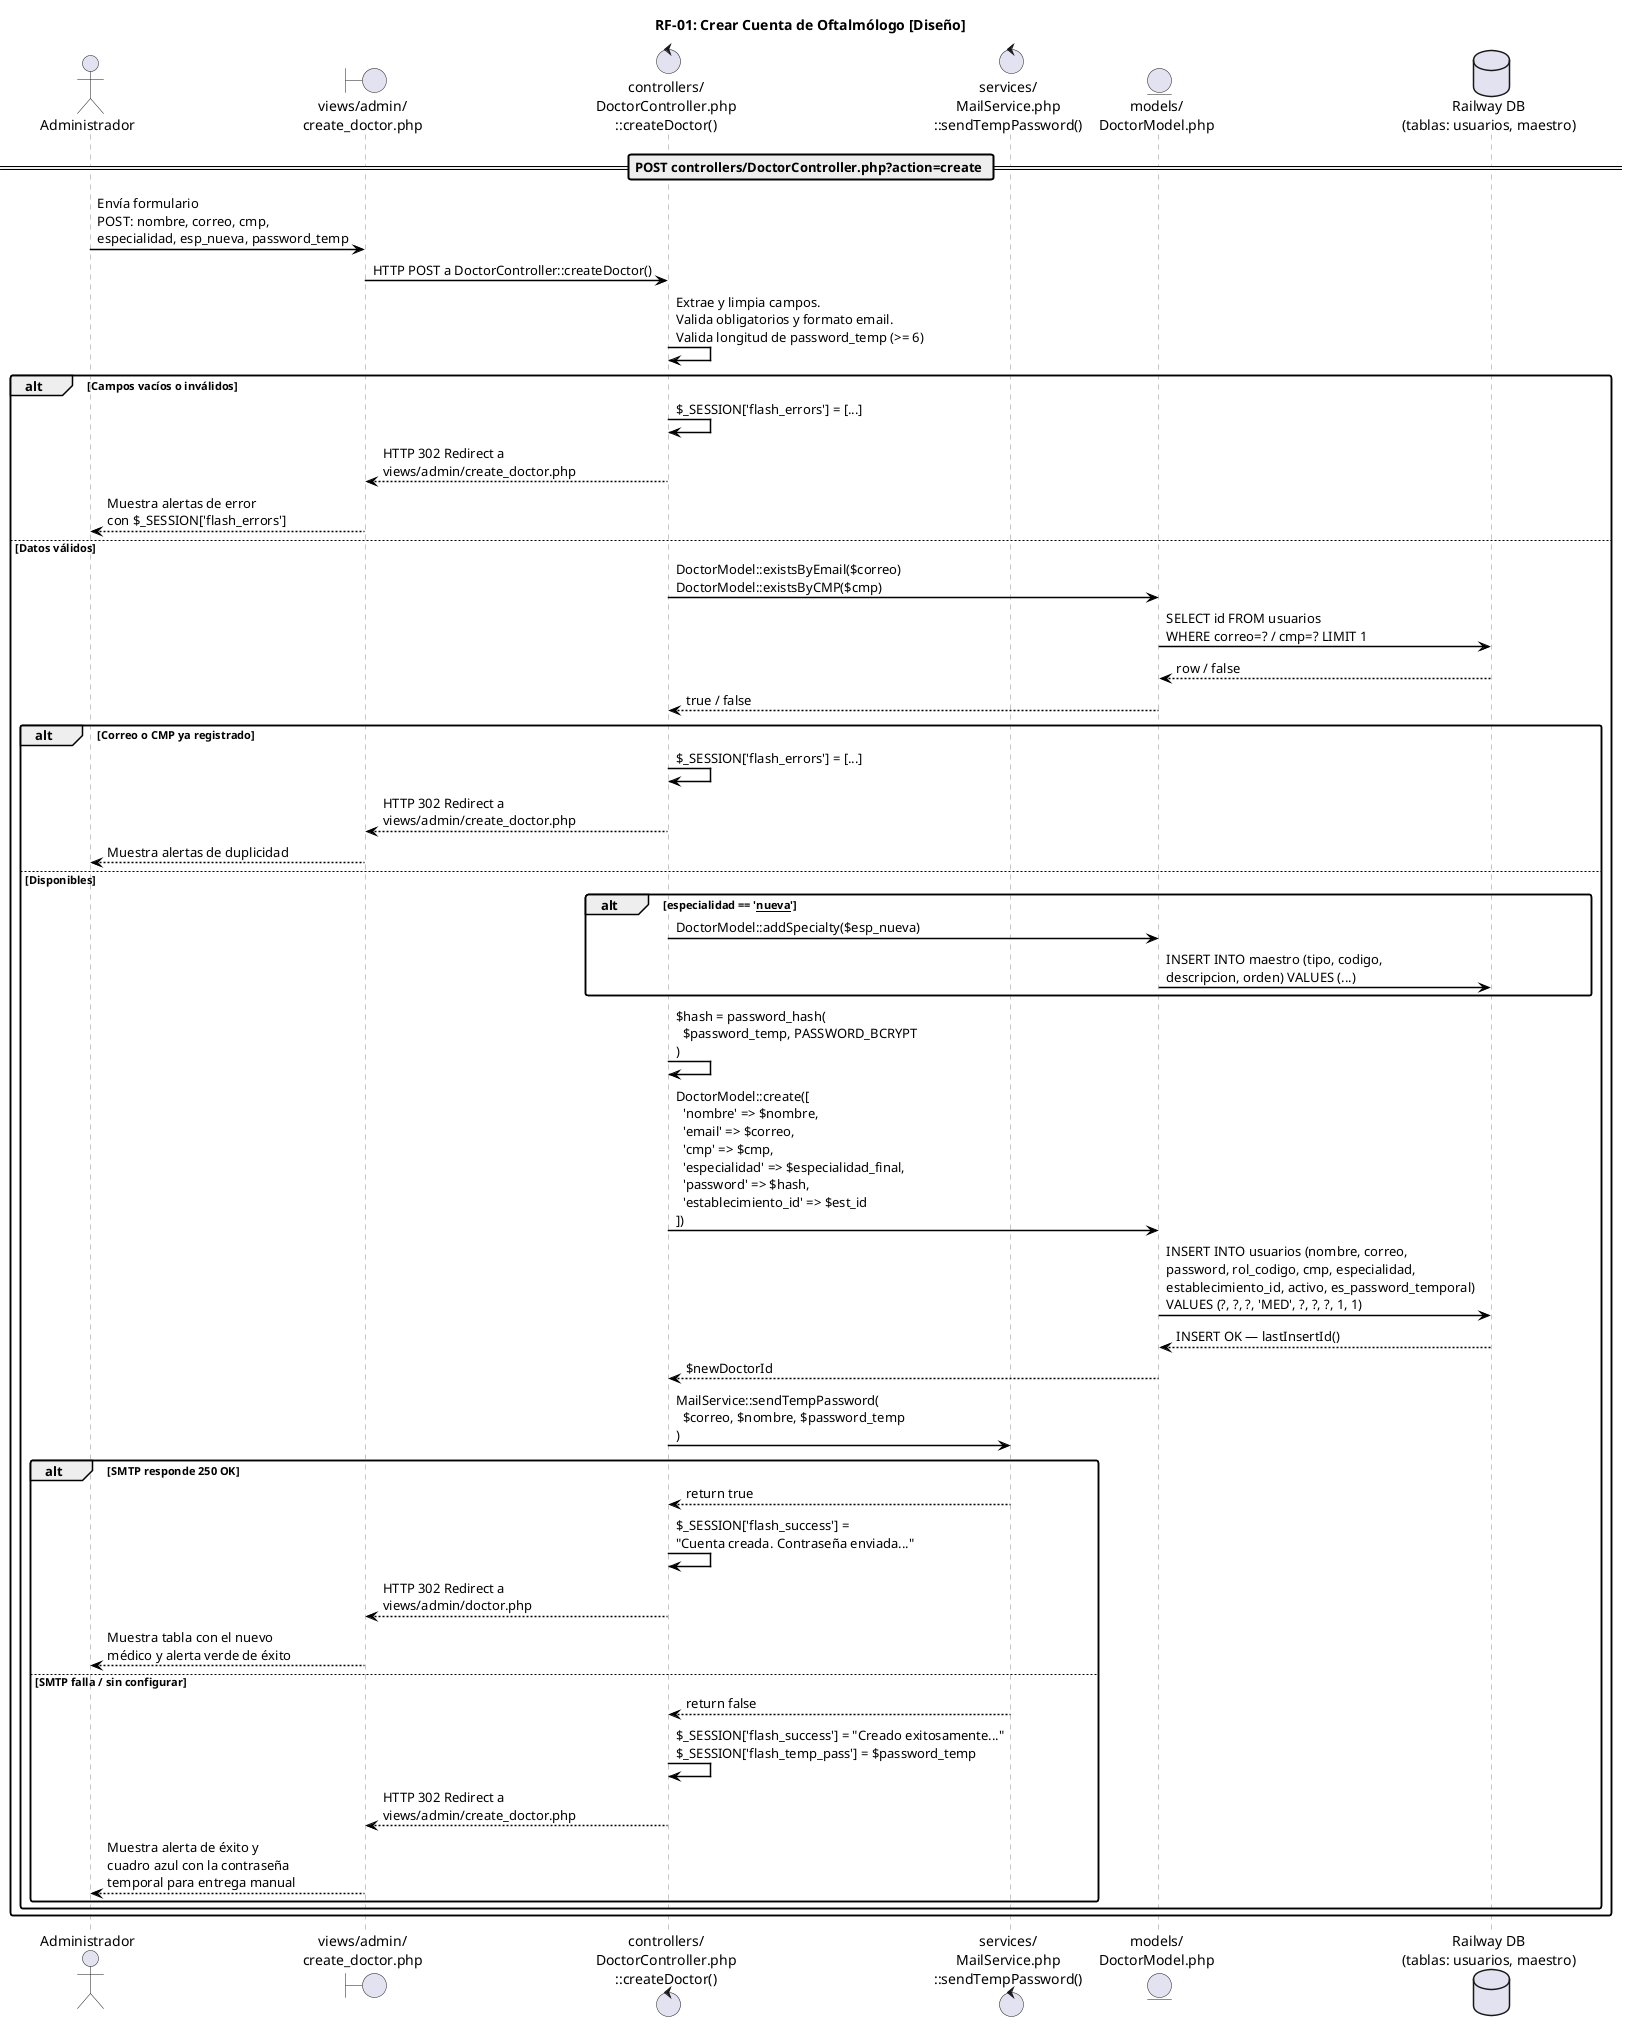
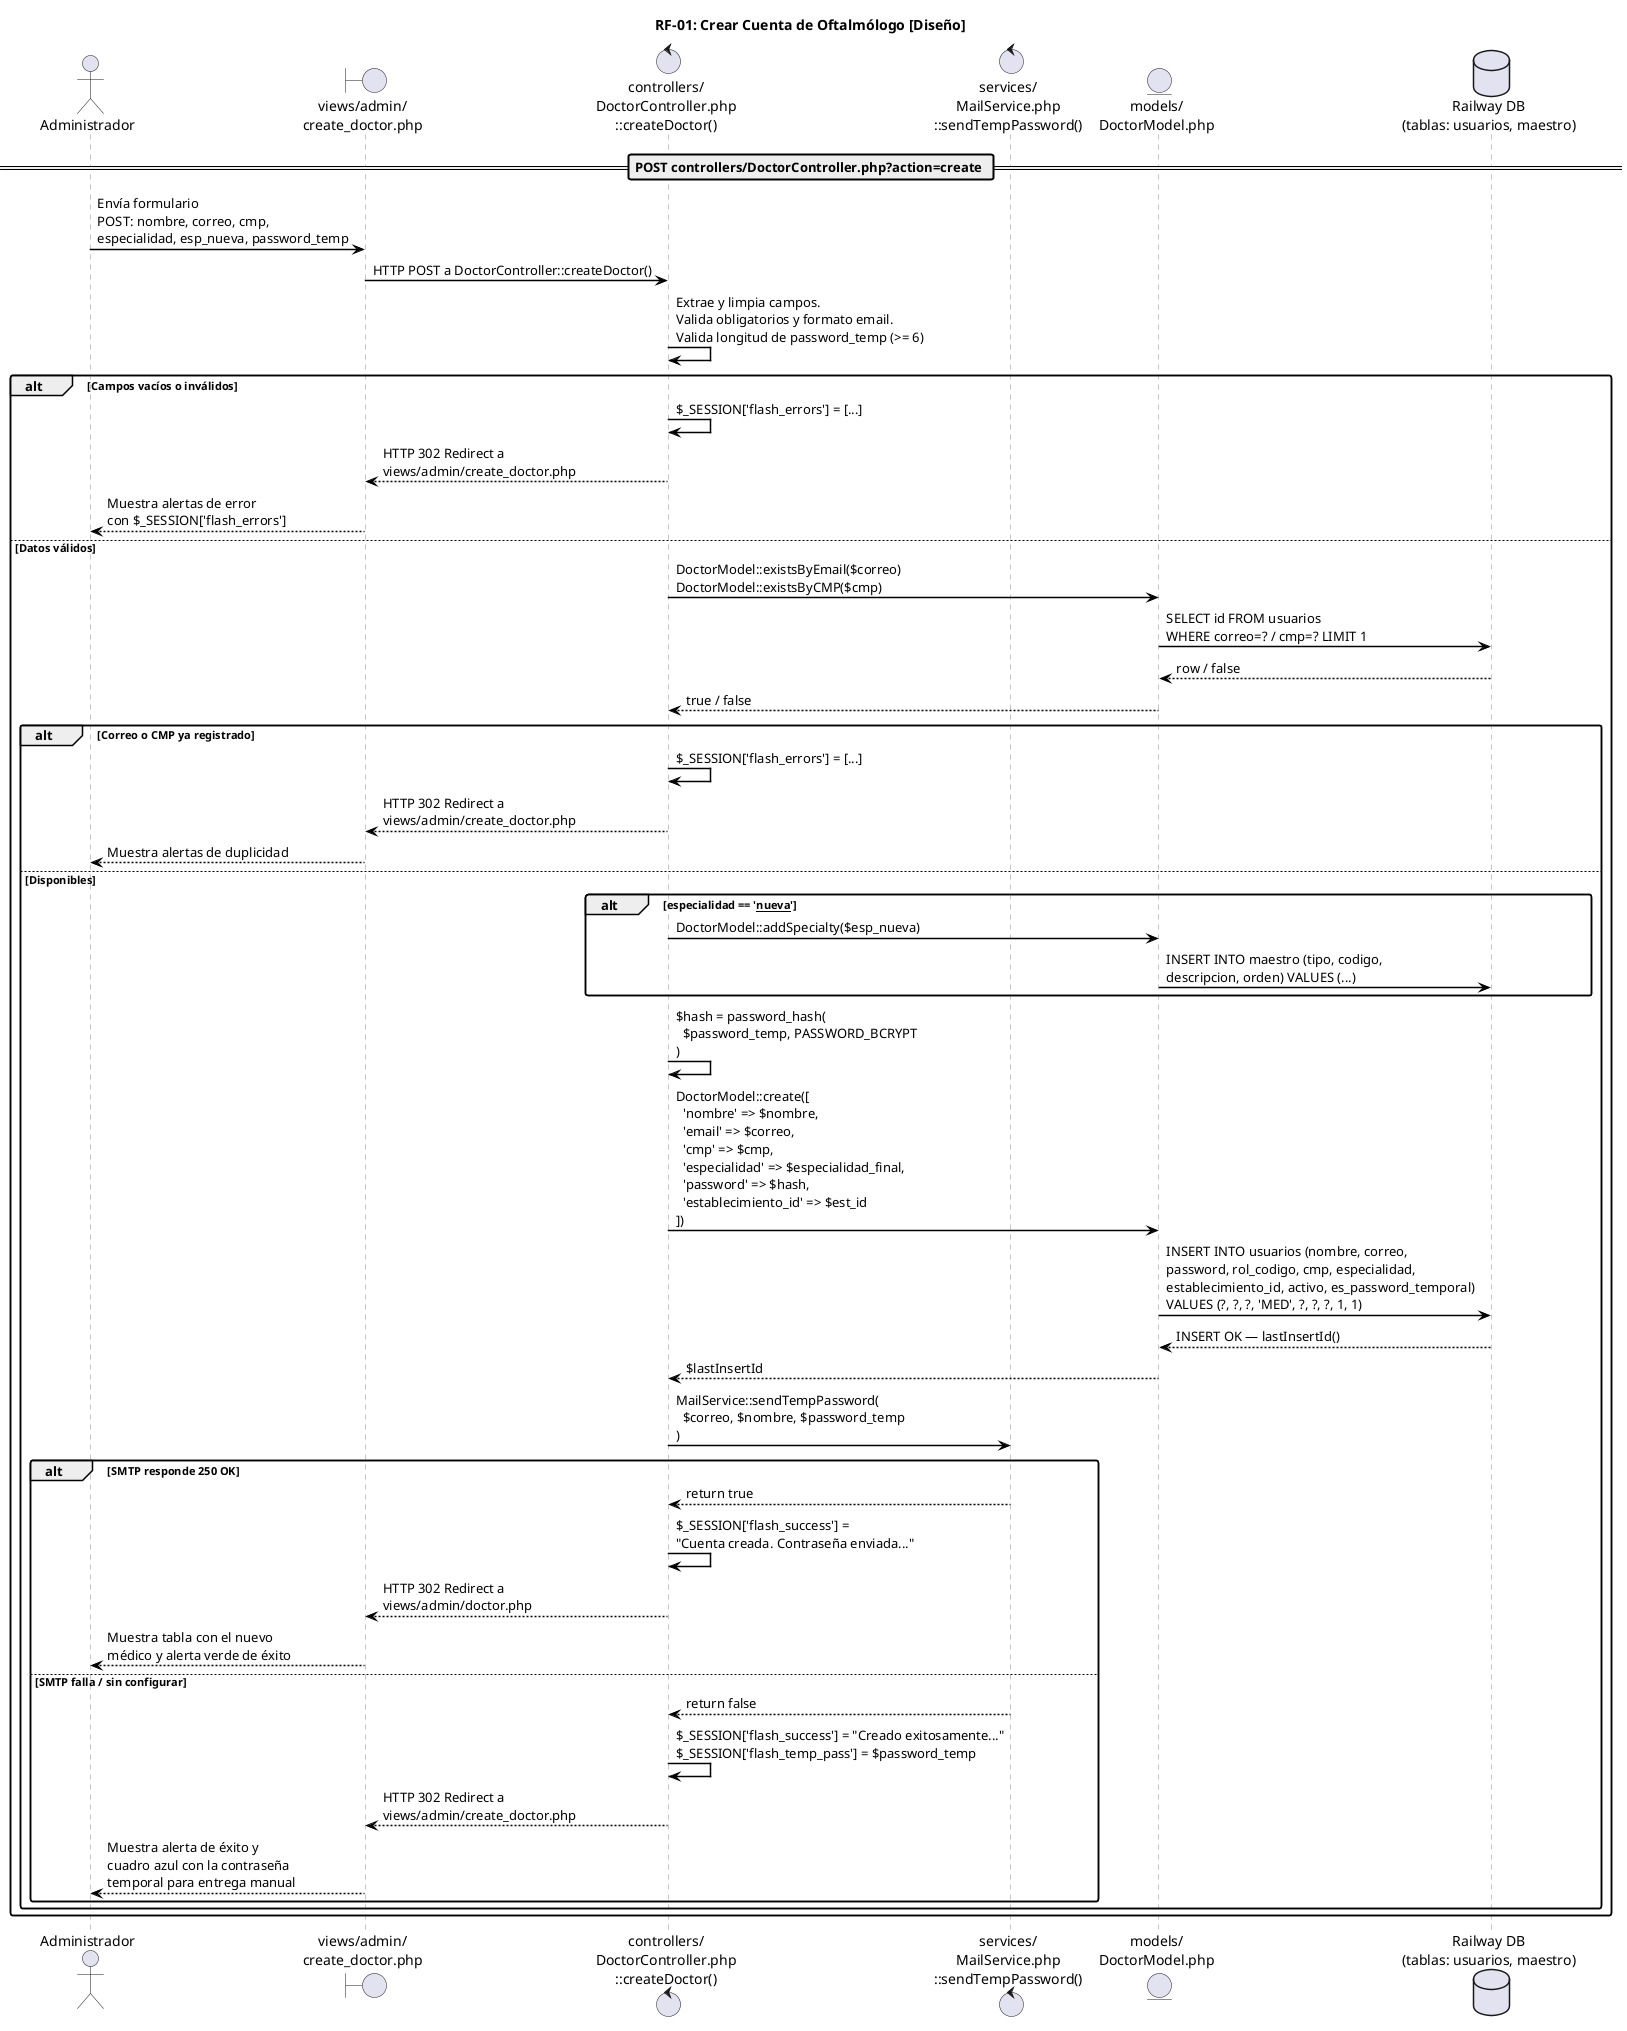
' ============================================================
' RETINAI — Diagramas de Secuencia
' Nivel de Diseño (Clases Concretas · Métodos · Tecnologías)
' Stack: PHP puro · MySQL/PostgreSQL en Railway · Flask API (TF Lite)
' ============================================================


' ============================================================
' RF-01: Crear Cuenta de Oftalmólogo
' ============================================================
@startuml RF01_Diseno_CrearCuentaOftalmologo
title RF-01: Crear Cuenta de Oftalmólogo [Diseño]

skinparam backgroundColor #FFFFFF
skinparam sequenceArrowThickness 1.5
skinparam roundcorner 5
skinparam ParticipantBackgroundColor #FFFFFF
skinparam ParticipantBorderColor #000000
skinparam ArrowColor #000000
skinparam SequenceLifeLineBorderColor #888888

actor "Administrador" as ADM

boundary "views/admin/\ncreate_doctor.php" as V
control "controllers/\nDoctorController.php\n::createDoctor()" as C
control "services/\nMailService.php\n::sendTempPassword()" as MS
entity "models/\nDoctorModel.php" as E
database "Railway DB\n(tablas: usuarios, maestro)" as BD

== POST controllers/DoctorController.php?action=create ==

ADM -> V : Envía formulario\nPOST: nombre, correo, cmp,\nespecialidad, esp_nueva, password_temp
V -> C : HTTP POST a DoctorController::createDoctor()

C -> C : Extrae y limpia campos.\nValida obligatorios y formato email.\nValida longitud de password_temp (>= 6)

alt Campos vacíos o inválidos
    C -> C : $_SESSION['flash_errors'] = [...]
    C --> V : HTTP 302 Redirect a\nviews/admin/create_doctor.php
    V --> ADM : Muestra alertas de error\ncon $_SESSION['flash_errors']
else Datos válidos
    C -> E : DoctorModel::existsByEmail($correo)\nDoctorModel::existsByCMP($cmp)
    E -> BD : SELECT id FROM usuarios\nWHERE correo=? / cmp=? LIMIT 1
    BD --> E : row / false
    E --> C : true / false

    alt Correo o CMP ya registrado
        C -> C : $_SESSION['flash_errors'] = [...]
        C --> V : HTTP 302 Redirect a\nviews/admin/create_doctor.php
        V --> ADM : Muestra alertas de duplicidad
    else Disponibles
        alt especialidad == '__nueva__'
            C -> E : DoctorModel::addSpecialty($esp_nueva)
            E -> BD : INSERT INTO maestro (tipo, codigo,\ndescripcion, orden) VALUES (...)
        end

        C -> C : $hash = password_hash(\n  $password_temp, PASSWORD_BCRYPT\n)
        C -> E : DoctorModel::create([\n  'nombre' => $nombre,\n  'email' => $correo,\n  'cmp' => $cmp,\n  'especialidad' => $especialidad_final,\n  'password' => $hash,\n  'establecimiento_id' => $est_id\n])
        E -> BD : INSERT INTO usuarios (nombre, correo,\npassword, rol_codigo, cmp, especialidad,\nestablecimiento_id, activo, es_password_temporal)\nVALUES (?, ?, ?, 'MED', ?, ?, ?, 1, 1)
        BD --> E : INSERT OK — lastInsertId()
-         E --> C : $newDoctorId
+         E --> C : $lastInsertId

        C -> MS : MailService::sendTempPassword(\n  $correo, $nombre, $password_temp\n)

        alt SMTP responde 250 OK
            MS --> C : return true
            C -> C : $_SESSION['flash_success'] = \n"Cuenta creada. Contraseña enviada..."
            C --> V : HTTP 302 Redirect a\nviews/admin/doctor.php
            V --> ADM : Muestra tabla con el nuevo\nmédico y alerta verde de éxito
        else SMTP falla / sin configurar
            MS --> C : return false
            C -> C : $_SESSION['flash_success'] = "Creado exitosamente..."\n$_SESSION['flash_temp_pass'] = $password_temp
            C --> V : HTTP 302 Redirect a\nviews/admin/create_doctor.php
            V --> ADM : Muestra alerta de éxito y\ncuadro azul con la contraseña\ntemporal para entrega manual
        end
    end
end

@enduml


' ============================================================
' RF-02: Iniciar Sesión
' ============================================================
@startuml RF02_Diseno_IniciarSesion
title RF-02: Iniciar Sesión [Diseño]

skinparam backgroundColor #FFFFFF
skinparam sequenceArrowThickness 1.5
skinparam roundcorner 5
skinparam ParticipantBackgroundColor #FFFFFF
skinparam ParticipantBorderColor #000000
skinparam ArrowColor #000000
skinparam SequenceLifeLineBorderColor #888888

actor "Médico Oftalmólogo" as MED

boundary "views/auth/\nlogin.php" as V
control "controllers/\nAuthController.php\n::login()" as C
control "services/\nSessionService.php" as SS
entity "models/\nDoctor.php" as E
database "Railway DB\n(tabla: doctors)" as BD

== POST /auth/login ==

MED -> V : Envía formulario\nPOST: email, password
V -> C : AuthController::login(\n  $email, $password\n)

C -> E : Doctor::findByEmail($email)
E -> BD : SELECT id, nombre, password,\nis_temp_pass, estado\nFROM doctors\nWHERE email = ? LIMIT 1
BD --> E : row / null
E --> C : $doctor / null

alt Email no registrado
    C --> V : return ['error' =>\n  'Credenciales incorrectas']
    V --> MED : HTTP 401 — "Credenciales\nincorrectas. Verifique su\ncorreo y contraseña"
else Email encontrado
    C -> C : password_verify(\n  $password,\n  $doctor['password']\n)

    alt Contraseña incorrecta
        C --> V : return ['error' =>\n  'Credenciales incorrectas']
        V --> MED : HTTP 401 — Mismo mensaje\ngenérico de error
    else Contraseña correcta
        C -> C : Verifica $doctor['estado']

        alt estado === 'desactivado'
            C --> V : return ['error' =>\n  'Cuenta desactivada']
            V --> MED : HTTP 403 — "Su cuenta ha sido\ndesactivada. Comuníquese\ncon el administrador"
        else estado === 'activo'
            C -> C : Verifica $doctor['is_temp_pass']

            alt is_temp_pass === true
                C --> V : return ['redirect' =>\n  '/auth/change-password',\n  'doctor_id' => $id]
                V --> MED : HTTP 302 — Redirige a\nviews/auth/change_password.php\n"Debe cambiar su contraseña\ntemporal antes de continuar"

                MED -> V : POST: new_password,\nconfirm_password
                V -> C : AuthController::changeTempPassword(\n  $doctorId, $newPassword,\n  $confirmPassword\n)
                C -> C : Valida coincidencia\ny longitud mínima (8 chars)
                C -> C : $hash =\n  password_hash($newPassword,\n  PASSWORD_BCRYPT)
                C -> E : Doctor::update($doctorId, [\n  'password'     => $hash,\n  'is_temp_pass' => false,\n  'updated_at'   => now()\n])
                E -> BD : UPDATE doctors\nSET password=?,\nis_temp_pass=0,\nupdated_at=NOW()\nWHERE id=?
                BD --> E : UPDATE OK
                E --> C : true
                C -> SS : SessionService::start(\n  $doctorId, $nombre\n)
                SS -> SS : session_start()\n$_SESSION['doctor_id'] = $id\n$_SESSION['nombre'] = $nombre\n$_SESSION['last_activity'] = time()
                C --> V : return ['redirect' => '/dashboard']
                V --> MED : HTTP 302 — Redirige\na views/dashboard/index.php
            else is_temp_pass === false
                C -> SS : SessionService::start(\n  $doctorId, $nombre\n)
                SS -> SS : session_start()\n$_SESSION['doctor_id'] = $id\n$_SESSION['nombre'] = $nombre\n$_SESSION['last_activity'] = time()\n' Inactividad: 3600 seg
                C --> V : return ['redirect' => '/dashboard']
                V --> MED : HTTP 302 — Accede\nal panel principal
            end
        end
    end
end

@enduml


' ============================================================
' RF-03: Gestionar Médicos Activos del Establecimiento
' ============================================================
@startuml RF03_Diseno_GestionarMedicos
title RF-03: Gestionar Médicos Activos del Establecimiento [Diseño]

skinparam backgroundColor #FFFFFF
skinparam sequenceArrowThickness 1.5
skinparam roundcorner 5
skinparam ParticipantBackgroundColor #FFFFFF
skinparam ParticipantBorderColor #000000
skinparam ArrowColor #000000
skinparam SequenceLifeLineBorderColor #888888

actor "Administrador" as ADM

boundary "views/admin/\ndoctors_list.php" as V
control "controllers/\nDoctorController.php" as C
control "services/\nMailService.php\n::sendTempPassword()" as MS
entity "models/\nDoctor.php" as E
database "Railway DB\n(tabla: doctors)" as BD

== GET /admin/doctors ==

ADM -> V : Accede al panel\nde gestión de médicos
V -> C : DoctorController::listActive(\n  $establishmentId\n)
C -> E : Doctor::findActiveByEstablishment(\n  $establishmentId\n)
E -> BD : SELECT id, nombre, cmp,\nespecialidad, institucion\nFROM doctors\nWHERE estado='activo'\nAND establishment_id=?\nORDER BY nombre ASC
BD --> E : rows[]
E --> C : $doctors[]

alt Lista vacía
    C --> V : return ['doctors' => []]
    V --> ADM : HTTP 200 — "No hay médicos\nactivos registrados"
else Lista con registros
    C --> V : return ['doctors' => $doctors]
    V --> ADM : HTTP 200 — Tabla con\nnombre, CMP, especialidad,\ninstitución y acciones

    alt Editar datos — POST /admin/doctors/{id}/update
        ADM -> V : Envía formulario con\nnombre, especialidad, institucion
        V -> C : DoctorController::update(\n  $id, $nombre,\n  $especialidad, $institucion\n)
        C -> C : Validator::required([...])\nValidator::length($nombre, 3, 100)
        C -> E : Doctor::update($id, [\n  'nombre'       => $nombre,\n  'especialidad' => $especialidad,\n  'institucion'  => $institucion,\n  'updated_at'   => now()\n])
        E -> BD : UPDATE doctors\nSET nombre=?, especialidad=?,\ninstitucion=?, updated_at=NOW()\nWHERE id=?
        BD --> E : UPDATE OK
        E --> C : true
        C --> V : return ['success' =>\n  'Datos actualizados']
        V --> ADM : HTTP 200 — "Datos del médico\nactualizados exitosamente"

    else Resetear contraseña — POST /admin/doctors/{id}/reset-password
        ADM -> V : Solicita reseteo
        V -> C : DoctorController::resetPassword($id)
        C -> C : $tempPass =\n  PasswordHelper::generateTemp(12)\n$hash =\n  password_hash($tempPass,\n  PASSWORD_BCRYPT)
        C -> E : Doctor::update($id, [\n  'password'     => $hash,\n  'is_temp_pass' => true,\n  'updated_at'   => now()\n])
        E -> BD : UPDATE doctors\nSET password=?,\nis_temp_pass=1,\nupdated_at=NOW()\nWHERE id=?
        BD --> E : UPDATE OK
        E --> C : true
        C -> E : Doctor::findById($id)\n' Para obtener email y nombre
        E -> BD : SELECT email, nombre\nFROM doctors WHERE id=?
        BD --> E : row
        E --> C : $doctor
        C -> MS : MailService::sendTempPassword(\n  $doctor['email'],\n  $doctor['nombre'],\n  $tempPass\n)

        alt SMTP OK
            MS --> C : return true
            C --> V : return ['success' =>\n  'Contraseña temporal enviada']
            V --> ADM : HTTP 200 — "Contraseña temporal\nenviada al correo del médico"
        else SMTP falla
            MS --> C : return false
            C --> V : return ['success' => true,\n  'temp_pass' => $tempPass]
            V --> ADM : HTTP 200 — Muestra contraseña\ntemporal en pantalla
        end

    else Desactivar acceso — POST /admin/doctors/{id}/deactivate
        ADM -> V : Confirma desactivación\nen modal de confirmación
        V -> C : DoctorController::deactivate($id)
        C -> E : Doctor::update($id, [\n  'estado'     => 'desactivado',\n  'updated_at' => now()\n])
        E -> BD : UPDATE doctors\nSET estado='desactivado',\nupdated_at=NOW()\nWHERE id=?
        BD --> E : UPDATE OK
        E --> C : true
        C --> V : return ['success' =>\n  'Médico desactivado']
        V --> ADM : HTTP 200 — "El acceso del médico\nha sido desactivado exitosamente"
    end
end

@enduml


' ============================================================
' RF-04: Habilitar Establecimiento
' ============================================================
@startuml RF04_Diseno_HabilitarEstablecimiento
title RF-04: Habilitar Establecimiento [Diseño]

skinparam backgroundColor #FFFFFF
skinparam sequenceArrowThickness 1.5
skinparam roundcorner 5
skinparam ParticipantBackgroundColor #FFFFFF
skinparam ParticipantBorderColor #000000
skinparam ArrowColor #000000
skinparam SequenceLifeLineBorderColor #888888

actor "Super Administrador" as SADM

boundary "views/superadmin/\ncreate_establishment.php" as V
control "controllers/\nEstablishmentController.php\n::create()" as C
control "services/\nMailService.php\n::sendTempPassword()" as MS
entity "models/\nEstablishment.php" as EE
entity "models/\nAdmin.php" as EA
database "Railway DB\n(tablas: establishments,\nadmins)" as BD

== POST /superadmin/establishments/create ==

SADM -> V : Envía formulario\nPOST: nombre, direccion, tipo,\nadmin_nombre, admin_email
V -> C : EstablishmentController::create(\n  $nombre, $direccion, $tipo,\n  $adminNombre, $adminEmail\n)

C -> C : Validator::required([\n  'nombre','direccion','tipo',\n  'adminNombre','adminEmail'\n])\nValidator::email($adminEmail)

alt Datos incompletos o inválidos
    C --> V : return ['error' =>\n  'Campos inválidos', 'fields' => [...]]
    V --> SADM : HTTP 422 — Resalta campos\ncon error
else Datos válidos
    C -> EE : Establishment::create([\n  'nombre'     => $nombre,\n  'direccion'  => $direccion,\n  'tipo'       => $tipo,\n  'estado'     => 'activo',\n  'created_at' => now()\n])
    EE -> BD : INSERT INTO establishments\n(nombre, direccion, tipo,\nestado, created_at)\nVALUES (?, ?, ?, 'activo', NOW())
    BD --> EE : INSERT OK — lastInsertId()
    EE --> C : $establishmentId

    C -> C : $tempPass =\n  PasswordHelper::generateTemp(12)\n$hash =\n  password_hash($tempPass,\n  PASSWORD_BCRYPT)
    C -> EA : Admin::create([\n  'nombre'           => $adminNombre,\n  'email'            => $adminEmail,\n  'password'         => $hash,\n  'is_temp_pass'     => true,\n  'rol'              => 'administrador',\n  'estado'           => 'activo',\n  'establishment_id' => $establishmentId,\n  'created_at'       => now()\n])
    EA -> BD : INSERT INTO admins\n(nombre, email, password,\nis_temp_pass, rol, estado,\nestablishment_id, created_at)\nVALUES (?, ?, ?, 1,\n'administrador', 'activo', ?, NOW())
    BD --> EA : INSERT OK
    EA --> C : $adminId

    C -> MS : MailService::sendTempPassword(\n  $adminEmail, $adminNombre,\n  $tempPass\n)
    MS --> C : return true / false

    C --> V : return ['success' =>\n  'Establecimiento y administrador\n  creados correctamente']
    V --> SADM : HTTP 201 — "Establecimiento registrado\ny Administrador asignado\ncorrectamente"
end

@enduml


' ============================================================
' RF-05: Cargar, Procesar y Presentar el Análisis de Imagen Retinal
' ============================================================
@startuml RF05_Diseno_AnalisisRetinal
title RF-05: Análisis de Imagen Retinal [Diseño]

skinparam backgroundColor #FFFFFF
skinparam sequenceArrowThickness 1.5
skinparam roundcorner 5
skinparam ParticipantBackgroundColor #FFFFFF
skinparam ParticipantBorderColor #000000
skinparam ArrowColor #000000
skinparam SequenceLifeLineBorderColor #888888

actor "Médico Oftalmólogo" as MED

boundary "views/analysis/\nupload.php" as V
control "controllers/\nAnalysisController.php" as C
control "services/\nImageValidator.php" as IV
control "services/\nPdfReportService.php\n::generate()" as PDF
entity "models/\nAnalysis.php" as E
entity "Flask API\n(Railway)\nPOST /predict" as FLASK
database "Railway DB\n(tabla: analyses)" as BD

== POST /analysis/upload ==

MED -> V : Sube imagen mediante\nmultipart/form-data\n(campo: retina_image)
V -> C : AnalysisController::upload(\n  $_FILES['retina_image'],\n  $_SESSION['doctor_id']\n)

C -> IV : ImageValidator::validate(\n  $file['tmp_name'],\n  $file['type'],\n  $file['size']\n)
IV -> IV : Verifica MIME:\n  in_array($type,\n  ['image/jpeg','image/png'])\nVerifica tamaño:\n  $size <= 10 * 1024 * 1024

alt MIME no permitido
    IV --> C : return ['error' => 'formato_invalido']
    C --> V : return error
    V --> MED : HTTP 415 — "Formato no permitido.\nSuba una imagen JPG o PNG"
else Supera 10 MB
    IV --> C : return ['error' => 'tamano_excedido']
    C --> V : return error
    V --> MED : HTTP 413 — "El archivo supera\nel tamaño máximo de 10 MB"
else Archivo válido
    IV -> IV : ImageQualityChecker::\n  analyze($file['tmp_name'])\n' Evalúa contraste y nitidez
    IV --> C : return [\n  'valid' => true,\n  'low_quality' => bool\n]

    alt low_quality === true
        C --> V : return ['warning' =>\n  'baja_calidad']
        V --> MED : HTTP 200 — Aviso amarillo:\n"La imagen puede presentar\nbaja calidad"
    end

    V --> MED : HTTP 200 — Muestra\nvista previa con nombre,\ntamaño y botón "Analizar imagen"

    == POST /analysis/process ==

    MED -> V : Presiona "Analizar imagen"
    V -> C : AnalysisController::process(\n  $tmpPath,\n  $_SESSION['doctor_id'],\n  $patientHistoryId\n)
    V --> MED : HTTP 200 — Spinner:\n"Procesando imagen…"

    C -> FLASK : HTTP POST https://flask-api.railway.app/predict\nContent-Type: multipart/form-data\nbody: { image: $imageData }\n' Timeout configurado: 10 seg

    alt HTTP 200 en menos de 5 seg
        FLASK --> C : JSON {\n  "predicted_class": "retinopatia_diabetica",\n  "probabilities": {\n    "normal": 0.05,\n    "retinopatia_diabetica": 0.82,\n    "glaucoma": 0.08,\n    "catarata": 0.05\n  }\n}
        C -> E : Analysis::create([\n  'doctor_id'         => $doctorId,\n  'patient_history_id'=> $historyId,\n  'predicted_class'   => $class,\n  'prob_normal'       => 0.05,\n  'prob_retinopatia'  => 0.82,\n  'prob_glaucoma'     => 0.08,\n  'prob_catarata'     => 0.05,\n  'image_path'        => $storedPath,\n  'created_at'        => now()\n])
        E -> BD : INSERT INTO analyses\n(doctor_id, patient_history_id,\npredicted_class, prob_normal,\nprob_retinopatia, prob_glaucoma,\nprob_catarata, image_path,\ncreated_at)\nVALUES (?,?,?,?,?,?,?,?,NOW())
        BD --> E : INSERT OK — lastInsertId()
        E --> C : $analysisId
        C --> V : return [\n  'analysis_id'    => $analysisId,\n  'predicted_class'=> $class,\n  'probabilities'  => [...]\n]
        V --> MED : HTTP 200 — Muestra:\n- Clase principal + porcentaje\n- Barras de probabilidad\n- Alerta roja si prob > umbral\n- Advertencia clínica\n- Botón "Descargar reporte PDF"

    else Timeout (> 10 seg) o HTTP 504
        FLASK --> C : cURL error / timeout
        C --> V : return ['error' =>\n  'timeout_modelo']
        V --> MED : HTTP 200 — "El análisis está\ntardando más de lo esperado.\nVerifique su conexión\no intente nuevamente"

    else HTTP 500 desde Flask
        FLASK --> C : HTTP 500
        C --> V : return ['error' =>\n  'fallo_modelo']
        V --> MED : HTTP 200 — "No se pudo completar\nel análisis. Intente nuevamente\no contacte al administrador"
    end

    == GET /analysis/{id}/report ==

    MED -> V : Presiona "Descargar reporte PDF"
    V -> C : AnalysisController::downloadReport(\n  $analysisId\n)
    C -> PDF : PdfReportService::generate([\n  'doctor_nombre'  => $_SESSION['nombre'],\n  'fecha'          => date('d/m/Y H:i'),\n  'image_path'     => $storedPath,\n  'predicted_class'=> $class,\n  'probabilities'  => [...],\n  'disclaimer'     => CLINICAL_DISCLAIMER\n])
    PDF --> C : $pdfBinary (TCPDF / FPDF)
    C --> V : header('Content-Type:\n  application/pdf')\nheader('Content-Disposition:\n  attachment;\n  filename="reporte_retinai.pdf"')
    V --> MED : HTTP 200 — Descarga\nautomática del PDF

    C -> C : AnalysisController::\n  enableNewAnalysis()\n' Limpia estado en sesión
    C --> V : return ['ready' => true]
    V --> MED : Muestra botón "Nuevo análisis"
end

@enduml


' ============================================================
' RF-06: Gestionar Historial por Paciente
' ============================================================
@startuml RF06_Diseno_GestionarHistorial
title RF-06: Gestionar Historial por Paciente [Diseño]

skinparam backgroundColor #FFFFFF
skinparam sequenceArrowThickness 1.5
skinparam roundcorner 5
skinparam ParticipantBackgroundColor #FFFFFF
skinparam ParticipantBorderColor #000000
skinparam ArrowColor #000000
skinparam SequenceLifeLineBorderColor #888888

actor "Médico" as MED

boundary "views/analysis/\nupload.php" as V
control "controllers/\nPatientController.php" as C
entity "models/\nPatient.php" as EP
entity "models/\nAnalysis.php" as EA
database "Railway DB\n(tablas: patients,\nanalyses)" as BD

== POST /patients/identify ==

MED -> V : Ingresa DNI antes\nde confirmar análisis\nPOST: dni
V -> C : PatientController::identifyByDni(\n  $dni\n)

C -> C : Validator::regex(\n  $dni, '/^\d{8}$/'\n)

alt DNI no tiene 8 dígitos numéricos
    C --> V : return ['error' =>\n  'dni_invalido']
    V --> MED : HTTP 422 — "Ingrese un DNI\nválido de 8 dígitos"
else DNI válido
    C -> EP : Patient::findByDni($dni)
    EP -> BD : SELECT id, history_code\nFROM patients\nWHERE dni = ? LIMIT 1
    BD --> EP : row / null
    EP --> C : $patient / null

    alt Paciente nuevo (null)
        C -> C : $historyCode =\n  strtoupper(substr(\n    str_replace('-','',\n    Uuid::uuid4()), 0, 10\n  ))\n' Ej: "A3F9B1C2D7"
        C -> EP : Patient::create([\n  'dni'          => $dni,\n  'history_code' => $historyCode,\n  'created_at'   => now()\n])
        EP -> BD : INSERT INTO patients\n(dni, history_code, created_at)\nVALUES (?, ?, NOW())
        BD --> EP : INSERT OK
        EP --> C : $historyCode
        C --> V : return [\n  'new_patient' => true,\n  'history_code'=> $historyCode\n]
        V --> MED : HTTP 201 — "Código de historial\nasignado al paciente:\n[CÓDIGO]"
    else Paciente ya registrado
        C --> V : return [\n  'new_patient'  => false,\n  'history_code' => $patient['history_code']\n]
        V --> MED : HTTP 200 — "Paciente\nidentificado correctamente"
    end

    == GET /patients/history?code={history_code} ==

    MED -> V : Ingresa código de historial
    V -> C : PatientController::getHistory(\n  $historyCode\n)
    C -> EP : Patient::findByHistoryCode(\n  $historyCode\n)
    EP -> BD : SELECT id FROM patients\nWHERE history_code = ? LIMIT 1
    BD --> EP : row / null
    EP --> C : $patientId / null

    alt Código no encontrado
        C --> V : return ['error' =>\n  'historial_no_encontrado']
        V --> MED : HTTP 404 — "No se encontró historial\ncon el código ingresado.\nVerifique el código o\nrecupérelo por DNI"
    else Código encontrado
        C -> EA : Analysis::findByPatient(\n  $patientId\n)
        EA -> BD : SELECT id, predicted_class,\ncreated_at\nFROM analyses\nWHERE patient_history_id=?\nORDER BY created_at DESC
        BD --> EA : rows[]
        EA --> C : $analyses[]
        C --> V : return ['analyses' => $analyses]
        V --> MED : HTTP 200 — Lista de análisis\ncon fecha, hora, resultado\ny enlace "Ver detalle"
    end
end

@enduml


' ============================================================
' RF-07: Recuperar Código de Historial por DNI
' ============================================================
@startuml RF07_Diseno_RecuperarCodigoHistorial
title RF-07: Recuperar Código de Historial por DNI [Diseño]

skinparam backgroundColor #FFFFFF
skinparam sequenceArrowThickness 1.5
skinparam roundcorner 5
skinparam ParticipantBackgroundColor #FFFFFF
skinparam ParticipantBorderColor #000000
skinparam ArrowColor #000000
skinparam SequenceLifeLineBorderColor #888888

actor "Médico Oftalmólogo" as MED

boundary "views/analysis/\nrecover_history.php" as V
control "controllers/\nPatientController.php\n::recoverHistoryCode()" as C
entity "models/\nPatient.php" as E
database "Railway DB\n(tabla: patients)" as BD

== GET /patients/recover-code ==

MED -> V : Accede a\n"Recuperar código de historial"\ndesde el módulo de análisis
V --> MED : HTTP 200 — Muestra campo\npara ingresar DNI

== POST /patients/recover-code ==

MED -> V : Envía formulario\nPOST: dni
V -> C : PatientController::recoverHistoryCode(\n  $dni\n)

C -> C : Validator::regex(\n  $dni, '/^\d{8}$/'\n)

alt DNI con formato inválido
    C --> V : return ['error' =>\n  'dni_invalido']
    V --> MED : HTTP 422 — "Ingrese un DNI\nválido de 8 dígitos"
else DNI válido
    C -> E : Patient::findByDni($dni)
    E -> BD : SELECT history_code\nFROM patients\nWHERE dni = ? LIMIT 1
    BD --> E : row / null
    E --> C : $patient / null

    alt Paciente no encontrado
        C --> V : return ['error' =>\n  'paciente_no_encontrado']
        V --> MED : HTTP 404 — "No se encontró ningún\npaciente con ese DNI.\nVerifique el número o\nregistre al paciente\nen un nuevo análisis"
    else Paciente encontrado
        C --> V : return [\n  'history_code' =>\n  $patient['history_code']\n]
        V --> MED : HTTP 200 — "El código de historial\nde este paciente es:\n[CÓDIGO]"
        MED -> V : Anota el código\nde historial
    end
end

@enduml


' ============================================================
' RF-08: Solicitar Registro de Centro Oftalmológico
' ============================================================
@startuml RF08_Diseno_RegistroCentroOftalmologico
title RF-08: Solicitar Registro de Centro Oftalmológico [Diseño]

skinparam backgroundColor #FFFFFF
skinparam sequenceArrowThickness 1.5
skinparam roundcorner 5
skinparam ParticipantBackgroundColor #FFFFFF
skinparam ParticipantBorderColor #000000
skinparam ArrowColor #000000
skinparam SequenceLifeLineBorderColor #888888

actor "Dueño del Centro\nOftalmológico" as DUENO

boundary "views/establishment/\nregister_form.php" as V
control "controllers/\nEstablishmentController.php\n::requestRegister()" as C
entity "models/\nEstablishment.php" as E
database "Railway DB\n(tablas: establecimiento,\nmaestro)" as BD

== GET /establishment/register ==

DUENO -> V : Accede a la página\n"Registrar mi centro\noftalmológico"
V -> C : EstablishmentController::showForm()
C -> BD : SELECT id, valor FROM maestro\nWHERE tipo = 'TIPO_ESTABLECIMIENTO'\nAND activo = 1\nORDER BY orden
BD --> C : [{id, valor: 'Público'},\n {id, valor: 'Privado'}]
C --> V : return ['tipos' => $tipos]
V --> DUENO : HTTP 200 — Formulario con campos:\nnombre_sede, direccion,\ntipo (select), ruc

== POST /establishment/register ==

DUENO -> V : Envía formulario completado
V -> C : EstablishmentController\n::requestRegister(POST)

C -> C : Valida campos obligatorios:\n$nombre_sede, $direccion,\n$tipo_id, $ruc (not empty)

alt Campos incompletos (empty fields)
    C --> V : return ['error' =>\n  'campos_incompletos']
    V --> DUENO : HTTP 422 — Resalta campos faltantes:\n"Complete todos los campos requeridos"
else Todos los campos presentes
    C -> C : Valida formato RUC:\npreg_match('/^\d{11}$/', $ruc)

    alt RUC inválido (no son 11 dígitos)
        C --> V : return ['error' =>\n  'ruc_invalido']
        V --> DUENO : HTTP 422 — "El RUC ingresado no\nes válido. Verifique\nel número e intente\nnuevamente."
    else RUC con formato válido
        C -> E : Establishment::findByRUC($ruc)
        E -> BD : SELECT id FROM establecimiento\nWHERE ruc = ? LIMIT 1
        BD --> E : row / null
        E --> C : $existing / null

        alt RUC ya registrado ($existing != null)
            C --> V : return ['error' =>\n  'ruc_duplicado']
            V --> DUENO : HTTP 409 — "Ya existe un centro\nregistrado con este RUC.\nContacte al administrador."
        else RUC disponible (null)
            C -> E : Establishment::create([\n  'id'          => UUID(),\n  'nombre_sede' => $nombre_sede,\n  'direccion'   => $direccion,\n  'tipo'        => $tipo_id,\n  'estado'      => maestro.ESTADO.PENDIENTE\n])
            E -> BD : INSERT INTO establecimiento\n(id, nombre_sede, direccion,\ntipo, estado, ruc)\nVALUES (?, ?, ?, ?, ?, ?)
            BD --> E : affected rows = 1
            E --> C : $establishment->id
            C --> V : return [\n  'success' => true,\n  'message' => 'solicitud_enviada'\n]
            V --> DUENO : HTTP 201 — "Su solicitud ha sido\nenviada correctamente.\nEl administrador revisará\nsu información y le\nnotificará el resultado."
        end
    end
end

@enduml
